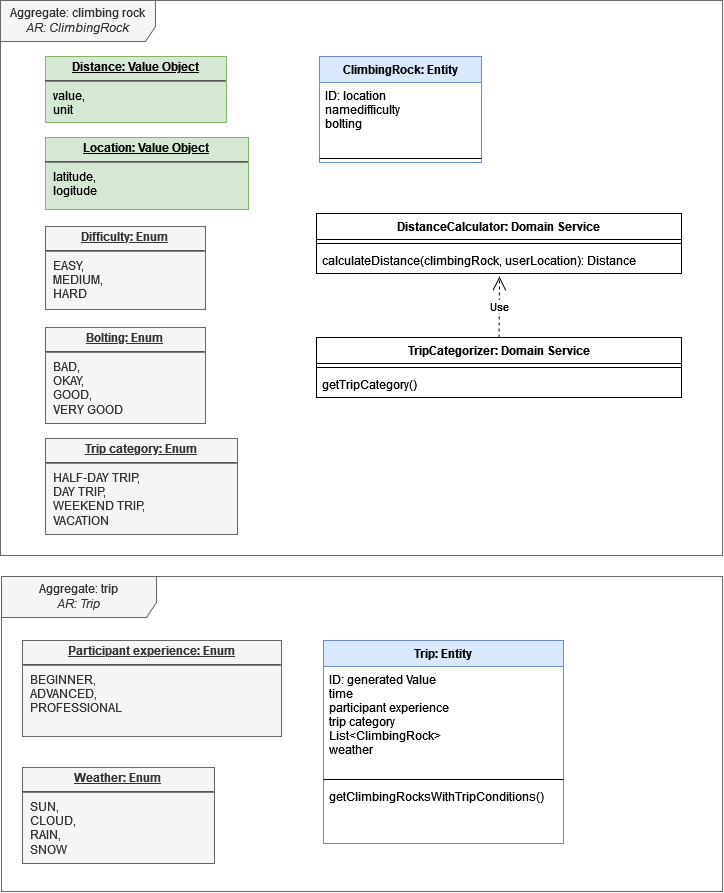
Before: diagrams/planOnRocks_Klassendiagramm.drawio.png, a diagram exported from draw.io (eicul04/PlanOnRocks-documentation). Source tidied: cells renumbered, new cells last; positions are measured from the earlier drawing's top-left corner, leaving out a move shared by most shapes.
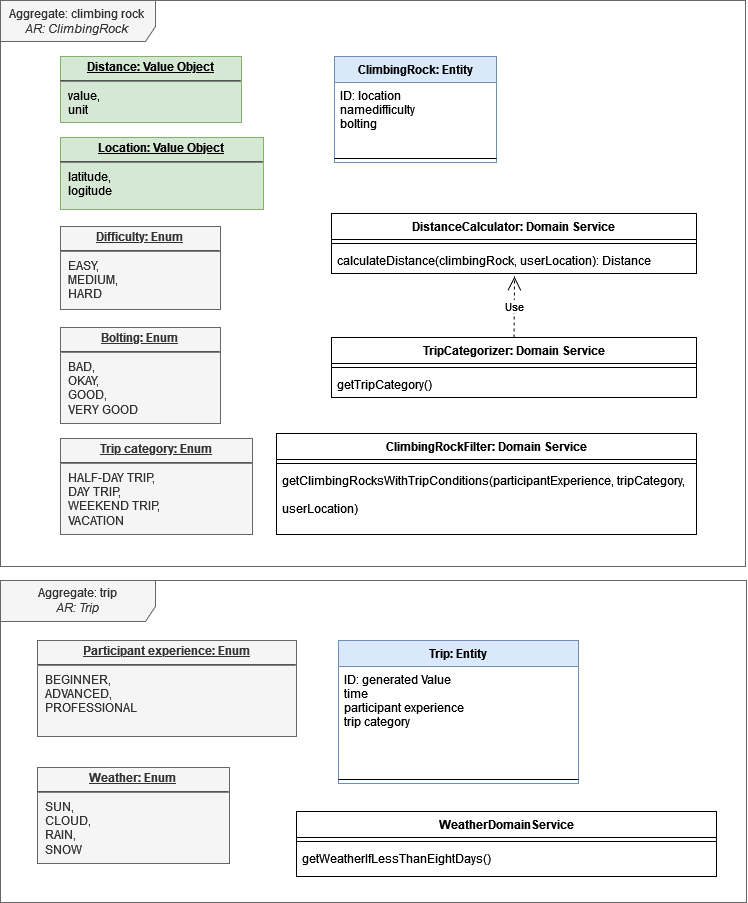
After the change.

Commit message:
add documents and diagrams

Diff of the diagram source:
```diff
@@ -12,17 +12,14 @@
       <mxGeometry y="98" width="162" height="8" as="geometry" />
     </mxCell>
     <mxCell id="5" value="Trip: Entity" style="swimlane;fontStyle=1;align=center;verticalAlign=top;horizontal=1;startSize=26;fillColor=#dae8fc;strokeColor=#6c8ebf;" parent="1" vertex="1">
-      <mxGeometry x="323" y="640" width="240" height="203" as="geometry" />
+      <mxGeometry x="323" y="640" width="240" height="143" as="geometry" />
     </mxCell>
-    <mxCell id="6" value="ID: generated Value&#10;time&#10;participant experience&#10;trip category&#10;List&lt;ClimbingRock&gt;&#10;weather&#10;" style="text;strokeColor=none;fillColor=none;align=left;verticalAlign=top;spacingLeft=4;spacingRight=4;overflow=hidden;" parent="5" vertex="1">
+    <mxCell id="6" value="ID: generated Value&#10;time&#10;participant experience&#10;trip category&#10;" style="text;strokeColor=none;fillColor=none;align=left;verticalAlign=top;spacingLeft=4;spacingRight=4;overflow=hidden;" parent="5" vertex="1">
       <mxGeometry y="26" width="240" height="109" as="geometry" />
     </mxCell>
     <mxCell id="7" style="line;strokeWidth=1;fillColor=none;align=left;verticalAlign=middle;spacingTop=-1;spacingLeft=3;spacingRight=3;labelPosition=right;" parent="5" vertex="1">
       <mxGeometry y="135" width="240" height="8" as="geometry" />
     </mxCell>
-    <mxCell id="8" value="getClimbingRocksWithTripConditions()" style="text;strokeColor=none;fillColor=none;align=left;verticalAlign=top;spacingLeft=4;spacingRight=4;overflow=hidden;" parent="5" vertex="1">
-      <mxGeometry y="143" width="240" height="60" as="geometry" />
-    </mxCell>
     <mxCell id="9" value="&lt;p style=&quot;margin: 0px ; margin-top: 4px ; text-align: center ; text-decoration: underline&quot;&gt;&lt;b&gt;Trip category: Enum&lt;/b&gt;&lt;/p&gt;&lt;hr&gt;&lt;p style=&quot;margin: 0px ; margin-left: 8px&quot;&gt;HALF-DAY TRIP,&lt;/p&gt;&lt;p style=&quot;margin: 0px ; margin-left: 8px&quot;&gt;DAY TRIP,&lt;/p&gt;&lt;p style=&quot;margin: 0px ; margin-left: 8px&quot;&gt;WEEKEND TRIP,&lt;br&gt;VACATION&lt;br&gt;&lt;/p&gt;" style="verticalAlign=top;align=left;overflow=fill;fontSize=12;fontFamily=Helvetica;html=1;fillColor=#f5f5f5;strokeColor=#666666;fontColor=#333333;" parent="1" vertex="1">
       <mxGeometry x="45" y="438" width="192" height="96" as="geometry" />
     </mxCell>
@@ -67,11 +64,29 @@
         <mxPoint x="499" y="276" as="targetPoint" />
       </mxGeometry>
     </mxCell>
+    <mxCell id="24" value="Aggregate: trip&lt;br&gt;&lt;i&gt;AR: Trip&lt;/i&gt;" style="shape=umlFrame;whiteSpace=wrap;html=1;width=155;height=41;fillColor=#f5f5f5;fontColor=#333333;strokeColor=#666666;" parent="1" vertex="1">
+      <mxGeometry x="-15" y="580" width="746" height="322" as="geometry" />
+    </mxCell>
+    <mxCell id="25" value="ClimbingRockFilter: Domain Service" style="swimlane;fontStyle=1;align=center;verticalAlign=top;horizontal=1;startSize=26;" parent="1" vertex="1">
+      <mxGeometry x="261" y="433" width="420" height="101" as="geometry" />
+    </mxCell>
+    <mxCell id="26" style="line;strokeWidth=1;fillColor=none;align=left;verticalAlign=middle;spacingTop=-1;spacingLeft=3;spacingRight=3;labelPosition=right;" parent="25" vertex="1">
+      <mxGeometry y="26" width="420" height="8" as="geometry" />
+    </mxCell>
+    <mxCell id="27" value="getClimbingRocksWithTripConditions(participantExperience, tripCategory, &#10;&#10;userLocation)" style="text;strokeColor=none;fillColor=none;align=left;verticalAlign=top;spacingLeft=4;spacingRight=4;overflow=hidden;" parent="25" vertex="1">
+      <mxGeometry y="34" width="420" height="67" as="geometry" />
+    </mxCell>
     <mxCell id="23" value="Aggregate: climbing rock&lt;br&gt;&lt;i&gt;AR: ClimbingRock&lt;/i&gt;" style="shape=umlFrame;whiteSpace=wrap;html=1;width=155;height=41;fillColor=#f5f5f5;fontColor=#333333;strokeColor=#666666;" parent="1" vertex="1">
-      <mxGeometry width="722" height="555" as="geometry" />
+      <mxGeometry x="-15" width="745" height="566" as="geometry" />
     </mxCell>
-    <mxCell id="24" value="Aggregate: trip&lt;br&gt;&lt;i&gt;AR: Trip&lt;/i&gt;" style="shape=umlFrame;whiteSpace=wrap;html=1;width=155;height=41;fillColor=#f5f5f5;fontColor=#333333;strokeColor=#666666;" parent="1" vertex="1">
-      <mxGeometry x="1" y="576" width="721" height="315" as="geometry" />
-    </mxCell>
+    <mxCell id="28" value="WeatherDomainService" style="swimlane;fontStyle=1;align=center;verticalAlign=top;horizontal=1;startSize=26;" parent="1" vertex="1">
+      <mxGeometry x="281" y="811" width="420" height="65" as="geometry" />
+    </mxCell>
+    <mxCell id="29" style="line;strokeWidth=1;fillColor=none;align=left;verticalAlign=middle;spacingTop=-1;spacingLeft=3;spacingRight=3;labelPosition=right;" parent="28" vertex="1">
+      <mxGeometry y="26" width="420" height="8" as="geometry" />
+    </mxCell>
+    <mxCell id="30" value="getWeatherIfLessThanEightDays()" style="text;strokeColor=none;fillColor=none;align=left;verticalAlign=top;spacingLeft=4;spacingRight=4;overflow=hidden;" parent="28" vertex="1">
+      <mxGeometry y="34" width="420" height="31" as="geometry" />
+    </mxCell>
   </root>
 </mxGraphModel>
```
